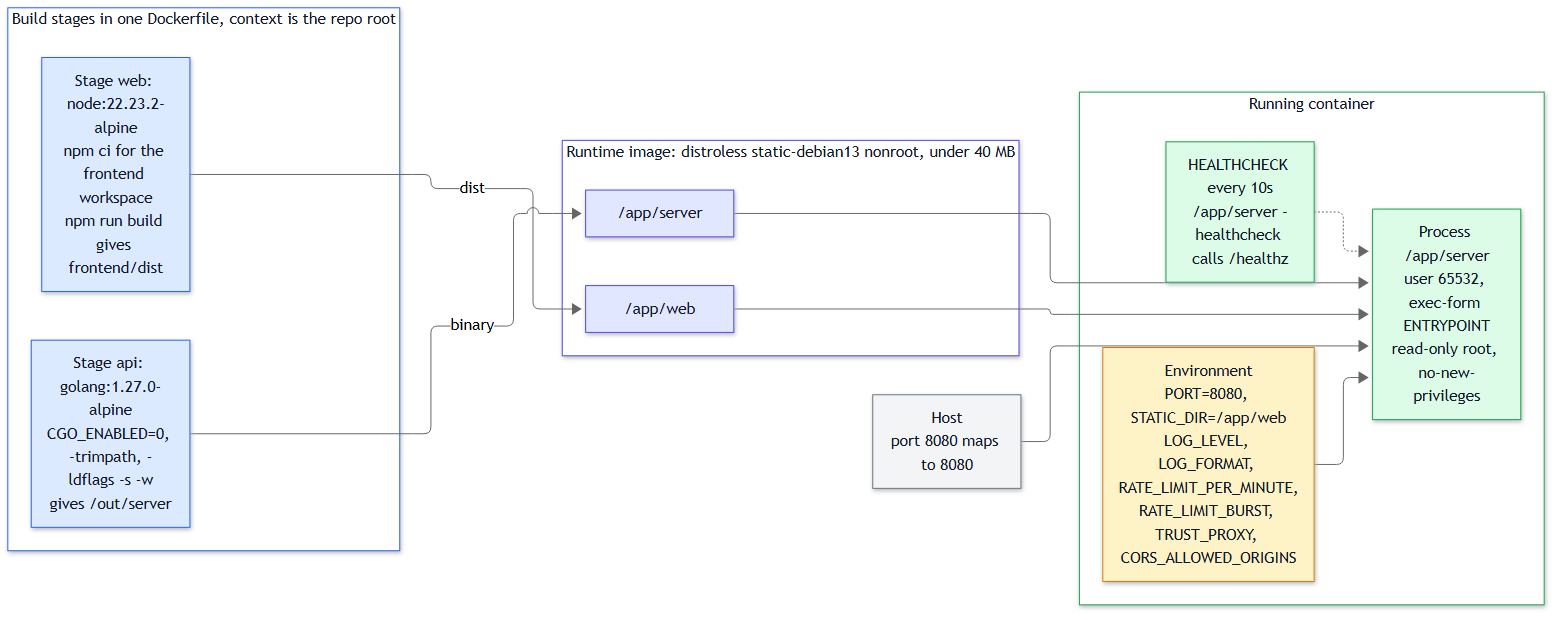
rodsimonc/sezzle-assessment keeps this Mermaid diagram as docs/diagrams/docker-deployment.png. Above is the earlier version. Its source is kept beside it as docs/diagrams/docker-deployment.mmd. Source of this version:
```mermaid
flowchart LR
  subgraph build["Build stages in one Dockerfile, context is the repo root"]
    direction TB
    web["Stage web: node:22.23.2-alpine<br/>npm ci for the frontend workspace<br/>npm run build gives frontend/dist"]:::stage
    api["Stage api: golang:1.27.0-alpine<br/>CGO_ENABLED=0, -trimpath, -ldflags -s -w<br/>gives /out/server"]:::stage
  end

  subgraph image["Runtime image: distroless static-debian13 nonroot, under 40 MB"]
    direction TB
    bin["/app/server"]:::artifact
    dist["/app/web"]:::artifact
  end

  subgraph container["Running container"]
    direction TB
    proc["Process /app/server<br/>user 65532, exec-form ENTRYPOINT<br/>read-only root, no-new-privileges"]:::run
    env["Environment<br/>PORT=8080, STATIC_DIR=/app/web<br/>LOG_LEVEL, LOG_FORMAT, RATE_LIMIT_PER_MINUTE,<br/>RATE_LIMIT_BURST, TRUST_PROXY, CORS_ALLOWED_ORIGINS"]:::config
    hc["HEALTHCHECK every 10s<br/>/app/server -healthcheck calls /healthz"]:::run
    env --> proc
    hc -.-> proc
  end

  host["Host<br/>port 8080 maps to 8080"]:::host

  web -->|"dist"| dist
  api -->|"binary"| bin
  bin --> proc
  dist --> proc
  host --> proc

  classDef stage fill:#dbeafe,stroke:#2563eb,color:#111827
  classDef artifact fill:#e0e7ff,stroke:#4f46e5,color:#111827
  classDef run fill:#dcfce7,stroke:#16a34a,color:#111827
  classDef config fill:#fef3c7,stroke:#d97706,color:#111827
  classDef host fill:#f3f4f6,stroke:#6b7280,color:#111827
  style build fill:#ffffff,stroke:#2563eb,color:#111827
  style image fill:#ffffff,stroke:#4f46e5,color:#111827
  style container fill:#ffffff,stroke:#16a34a,color:#111827
```
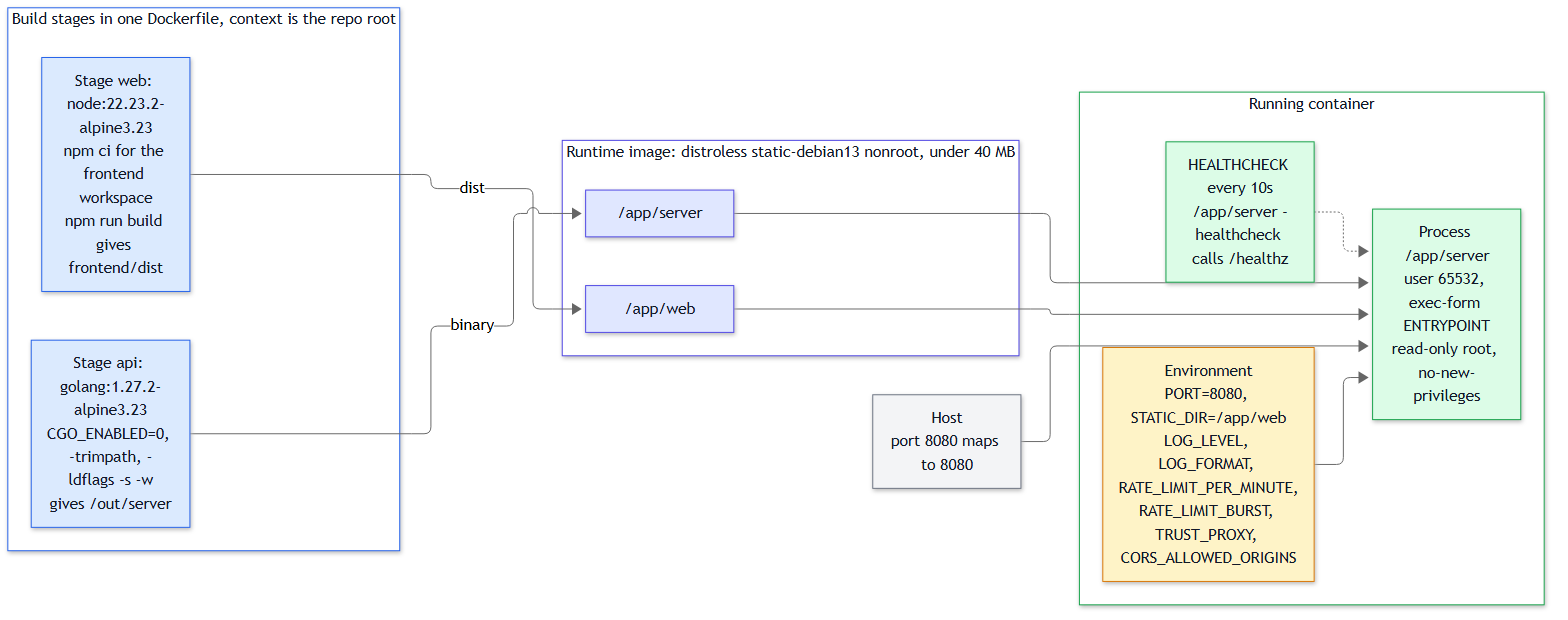
After the change.

What changed in the source:
```diff
@@ -1,8 +1,8 @@
 flowchart LR
   subgraph build["Build stages in one Dockerfile, context is the repo root"]
     direction TB
-    web["Stage web: node:22.23.2-alpine<br/>npm ci for the frontend workspace<br/>npm run build gives frontend/dist"]:::stage
-    api["Stage api: golang:1.27.0-alpine<br/>CGO_ENABLED=0, -trimpath, -ldflags -s -w<br/>gives /out/server"]:::stage
+    web["Stage web: node:22.23.2-alpine3.23<br/>npm ci for the frontend workspace<br/>npm run build gives frontend/dist"]:::stage
+    api["Stage api: golang:1.27.2-alpine3.23<br/>CGO_ENABLED=0, -trimpath, -ldflags -s -w<br/>gives /out/server"]:::stage
   end
 
   subgraph image["Runtime image: distroless static-debian13 nonroot, under 40 MB"]
```
